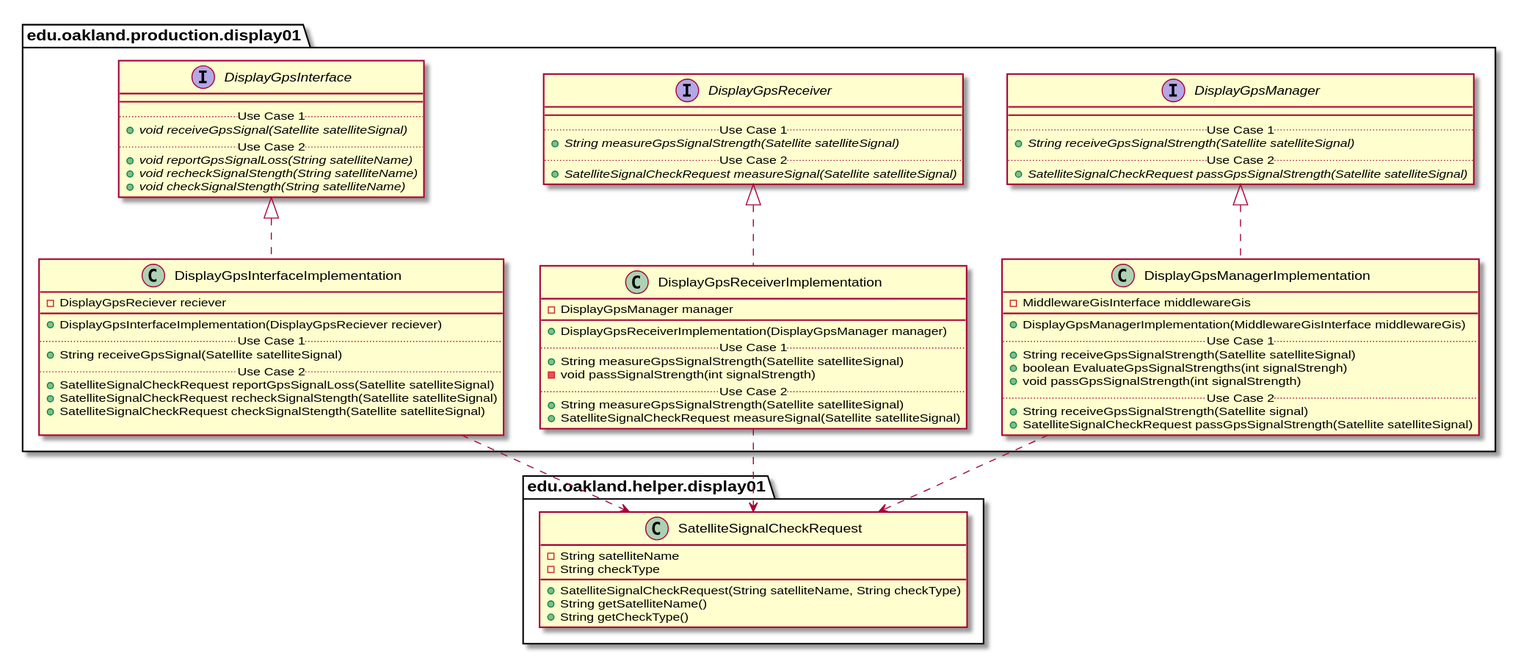
Above: docs/uml-class-diagrams/display01/production/Display01ProductionPackage_Closure.svg in andrewdimmer/csi-3370-software-project (PlantUML), before the change. Its diagram source:
```plantuml
@startuml Display01ProductionPackage_Closure

package edu.oakland.production.display01 {

}



package edu.oakland.production.display01 {
    interface DisplayGpsInterface {
        __
        .. Use Case 1 ..
        {abstract} + void receiveGpsSignal(Satellite satelliteSignal)
        .. Use Case 2 ..
        {abstract} + void reportGpsSignalLoss(String satelliteName)
        {abstract} + void recheckSignalStength(String satelliteName)
        {abstract} + void checkSignalStength(String satelliteName)
    }
}








package edu.oakland.production.display01 {
    interface DisplayGpsReceiver {
        __
        .. Use Case 1 ..
        {abstract} + String measureGpsSignalStrength(Satellite satelliteSignal)
        .. Use Case 2 ..
        {abstract} + SatelliteSignalCheckRequest measureSignal(Satellite satelliteSignal)
    }
}








package edu.oakland.production.display01 {
    interface DisplayGpsManager {
        __
        .. Use Case 1 ..
        {abstract} + String receiveGpsSignalStrength(Satellite satelliteSignal)
        .. Use Case 2 ..
        {abstract} + SatelliteSignalCheckRequest passGpsSignalStrength(Satellite satelliteSignal)
    }
}









package edu.oakland.production.display01 {
    class DisplayGpsInterfaceImplementation {
        - DisplayGpsReciever reciever
        __
        + DisplayGpsInterfaceImplementation(DisplayGpsReciever reciever)
        .. Use Case 1 ..
        + String receiveGpsSignal(Satellite satelliteSignal)
        .. Use Case 2 ..
        + SatelliteSignalCheckRequest reportGpsSignalLoss(Satellite satelliteSignal)
        + SatelliteSignalCheckRequest recheckSignalStength(Satellite satelliteSignal)
        + SatelliteSignalCheckRequest checkSignalStength(Satellite satelliteSignal)

    }
}


DisplayGpsInterfaceImplementation .up.|> DisplayGpsInterface



package edu.oakland.helper.display01 {
    class SatelliteSignalCheckRequest {
        - String satelliteName
        - String checkType
        + SatelliteSignalCheckRequest(String satelliteName, String checkType)
        + String getSatelliteName()
        + String getCheckType()
    }
}






DisplayGpsInterfaceImplementation ..> SatelliteSignalCheckRequest





package edu.oakland.production.display01 {
    class DisplayGpsReceiverImplementation {
        - DisplayGpsManager manager
        __
        + DisplayGpsReceiverImplementation(DisplayGpsManager manager)
        .. Use Case 1 ..
        + String measureGpsSignalStrength(Satellite satelliteSignal)
        - void passSignalStrength(int signalStrength)
        .. Use Case 2 ..
        + String measureGpsSignalStrength(Satellite satelliteSignal)
        + SatelliteSignalCheckRequest measureSignal(Satellite satelliteSignal)
    }
}


DisplayGpsReceiverImplementation .up.|> DisplayGpsReceiver

DisplayGpsReceiverImplementation ..> SatelliteSignalCheckRequest





package edu.oakland.production.display01 {
  class DisplayGpsManagerImplementation {
    - MiddlewareGisInterface middlewareGis
   __
    + DisplayGpsManagerImplementation(MiddlewareGisInterface middlewareGis)
    .. Use Case 1 ..
    + String receiveGpsSignalStrength(Satellite satelliteSignal)
    + boolean EvaluateGpsSignalStrengths(int signalStrengh)
    + void passGpsSignalStrength(int signalStrength)
    .. Use Case 2 ..
    + String receiveGpsSignalStrength(Satellite signal)
    + SatelliteSignalCheckRequest passGpsSignalStrength(Satellite satelliteSignal)
    }
}


DisplayGpsManagerImplementation .up.|> DisplayGpsManager

DisplayGpsManagerImplementation ..> SatelliteSignalCheckRequest




@enduml
```
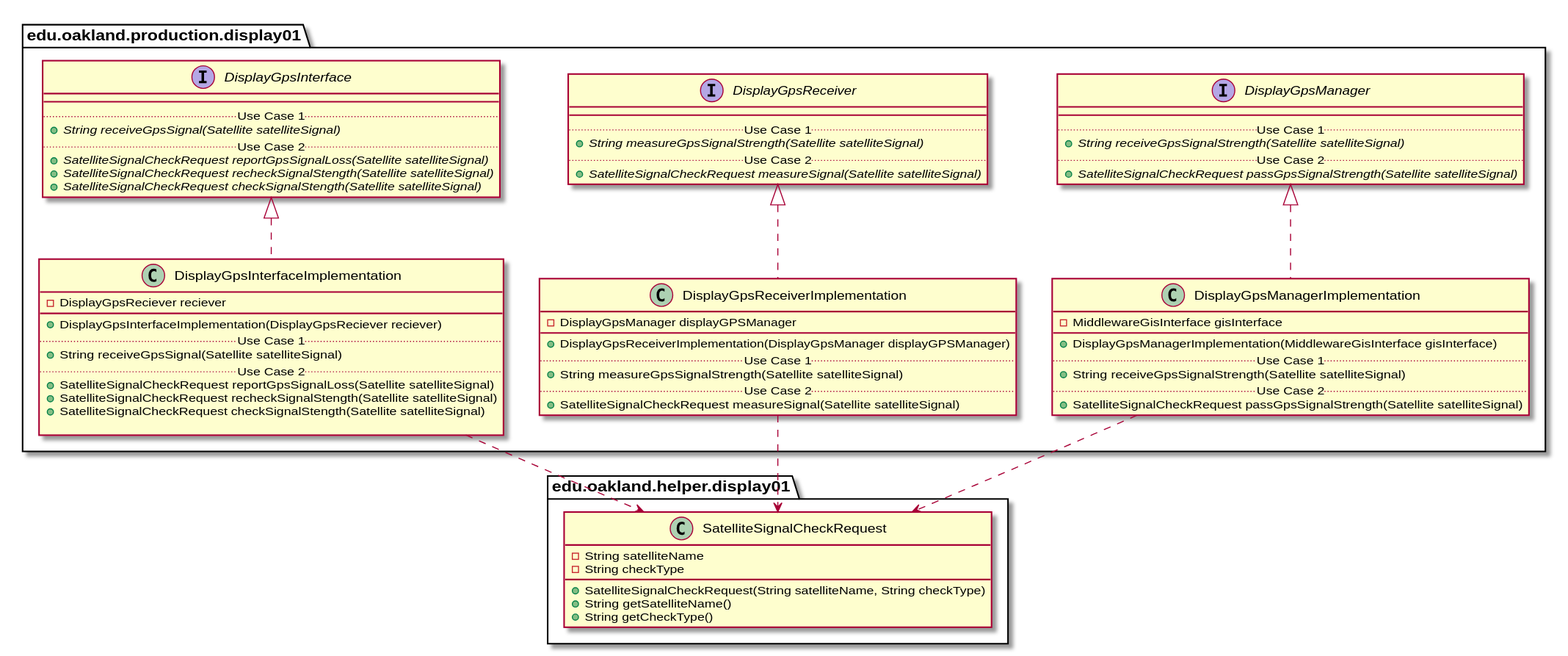
After the change.

The edit, as a diff of the source:
```diff
@@ -10,11 +10,11 @@
     interface DisplayGpsInterface {
         __
         .. Use Case 1 ..
-        {abstract} + void receiveGpsSignal(Satellite satelliteSignal)
+        {abstract} + String receiveGpsSignal(Satellite satelliteSignal)
         .. Use Case 2 ..
-        {abstract} + void reportGpsSignalLoss(String satelliteName)
-        {abstract} + void recheckSignalStength(String satelliteName)
-        {abstract} + void checkSignalStength(String satelliteName)
+        {abstract} + SatelliteSignalCheckRequest reportGpsSignalLoss(Satellite satelliteSignal)
+        {abstract} + SatelliteSignalCheckRequest recheckSignalStength(Satellite satelliteSignal)
+        {abstract} + SatelliteSignalCheckRequest checkSignalStength(Satellite satelliteSignal)
     }
 }
 
@@ -103,14 +103,12 @@
 
 package edu.oakland.production.display01 {
     class DisplayGpsReceiverImplementation {
-        - DisplayGpsManager manager
+        - DisplayGpsManager displayGPSManager
         __
-        + DisplayGpsReceiverImplementation(DisplayGpsManager manager)
+        + DisplayGpsReceiverImplementation(DisplayGpsManager displayGPSManager)
         .. Use Case 1 ..
         + String measureGpsSignalStrength(Satellite satelliteSignal)
-        - void passSignalStrength(int signalStrength)
         .. Use Case 2 ..
-        + String measureGpsSignalStrength(Satellite satelliteSignal)
         + SatelliteSignalCheckRequest measureSignal(Satellite satelliteSignal)
     }
 }
@@ -126,15 +124,12 @@
 
 package edu.oakland.production.display01 {
   class DisplayGpsManagerImplementation {
-    - MiddlewareGisInterface middlewareGis
+    - MiddlewareGisInterface gisInterface
    __
-    + DisplayGpsManagerImplementation(MiddlewareGisInterface middlewareGis)
+    + DisplayGpsManagerImplementation(MiddlewareGisInterface gisInterface)
     .. Use Case 1 ..
     + String receiveGpsSignalStrength(Satellite satelliteSignal)
-    + boolean EvaluateGpsSignalStrengths(int signalStrengh)
-    + void passGpsSignalStrength(int signalStrength)
     .. Use Case 2 ..
-    + String receiveGpsSignalStrength(Satellite signal)
     + SatelliteSignalCheckRequest passGpsSignalStrength(Satellite satelliteSignal)
     }
 }
```
